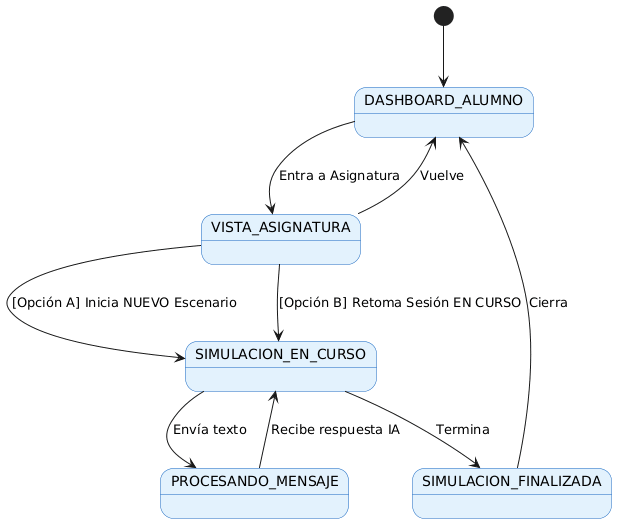
JLRG806/omni-sim-tfg keeps this PlantUML diagram as modeloDeDominio/diagramaDeEstados/Alumno/diagramaDeEstadoAlumno.png. Above is the earlier version. Its source is kept beside it as modeloDeDominio/diagramaDeEstados/Alumno/diagramaDeEstadoAlumno.puml.
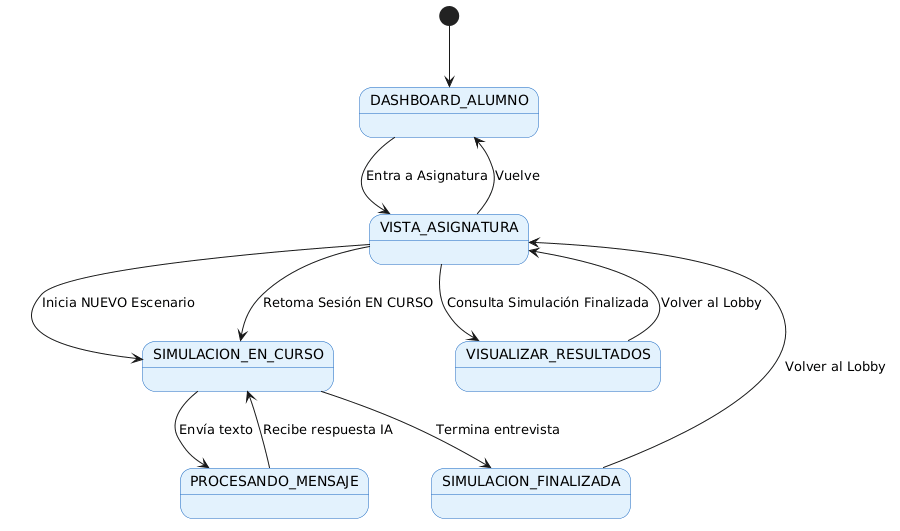
After the change.

Commit message:
docs: Update state diagram for Alumno's workflow with detailed transitions

Change to the diagram source:
```diff
@@ -7,12 +7,15 @@
 DASHBOARD_ALUMNO --> VISTA_ASIGNATURA : Entra a Asignatura
 VISTA_ASIGNATURA --> DASHBOARD_ALUMNO : Vuelve
 
-VISTA_ASIGNATURA --> SIMULACION_EN_CURSO : [Opción A] Inicia NUEVO Escenario
-VISTA_ASIGNATURA --> SIMULACION_EN_CURSO : [Opción B] Retoma Sesión EN CURSO
+VISTA_ASIGNATURA --> SIMULACION_EN_CURSO : Inicia NUEVO Escenario
+VISTA_ASIGNATURA --> SIMULACION_EN_CURSO : Retoma Sesión EN CURSO
+VISTA_ASIGNATURA --> VISUALIZAR_RESULTADOS : Consulta Simulación Finalizada
 
 SIMULACION_EN_CURSO --> PROCESANDO_MENSAJE : Envía texto
 PROCESANDO_MENSAJE --> SIMULACION_EN_CURSO : Recibe respuesta IA
 
-SIMULACION_EN_CURSO --> SIMULACION_FINALIZADA : Termina
-SIMULACION_FINALIZADA --> DASHBOARD_ALUMNO : Cierra
+SIMULACION_EN_CURSO --> SIMULACION_FINALIZADA : Termina entrevista
+SIMULACION_FINALIZADA --> VISTA_ASIGNATURA : Volver al Lobby
+VISUALIZAR_RESULTADOS --> VISTA_ASIGNATURA : Volver al Lobby
+
 @enduml
```
